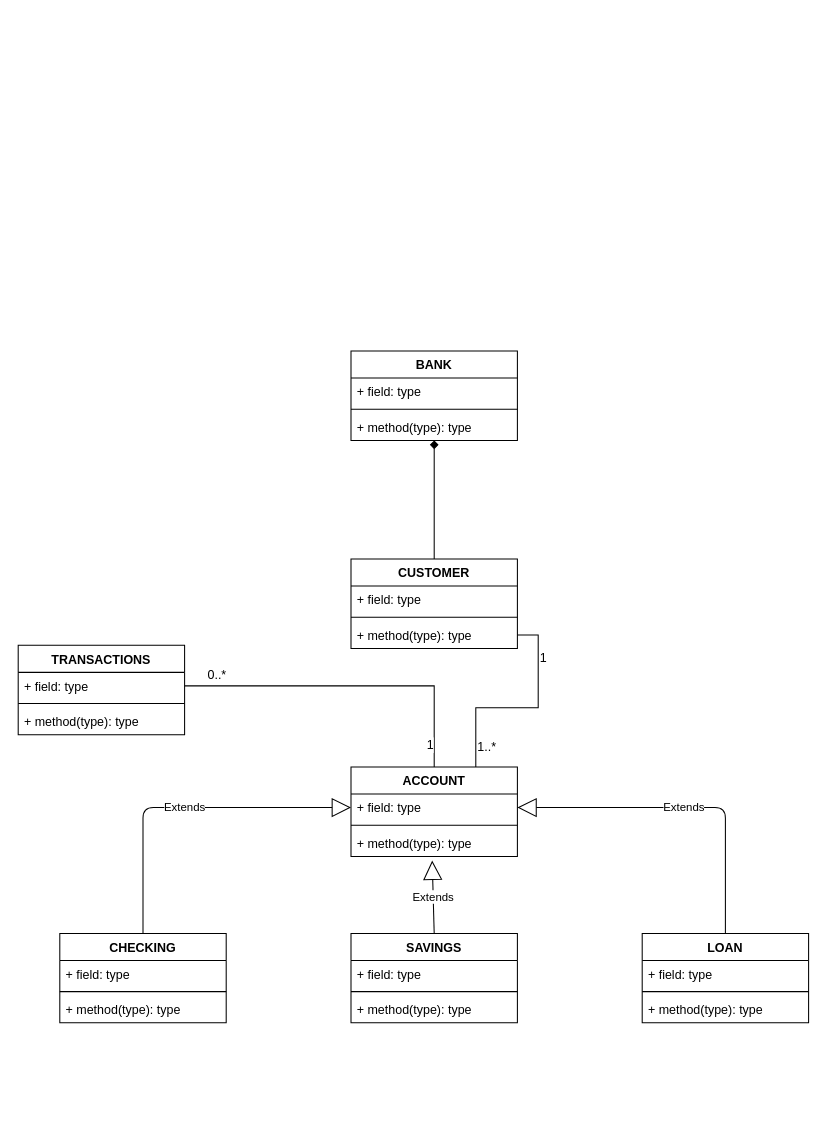
Earlier version of the draw.io diagram UML/Pet_Project_UML.drawio (Len-X/Pet_Project-Virtual_Bank). Source tidied: cells renumbered, new cells numbered last; positions are measured from the earlier drawing's top-left corner, leaving out a move shared by most shapes. Both pictures are drawn from the tidied source at 104%, with x=0, y=0 at pixel (18, 350).
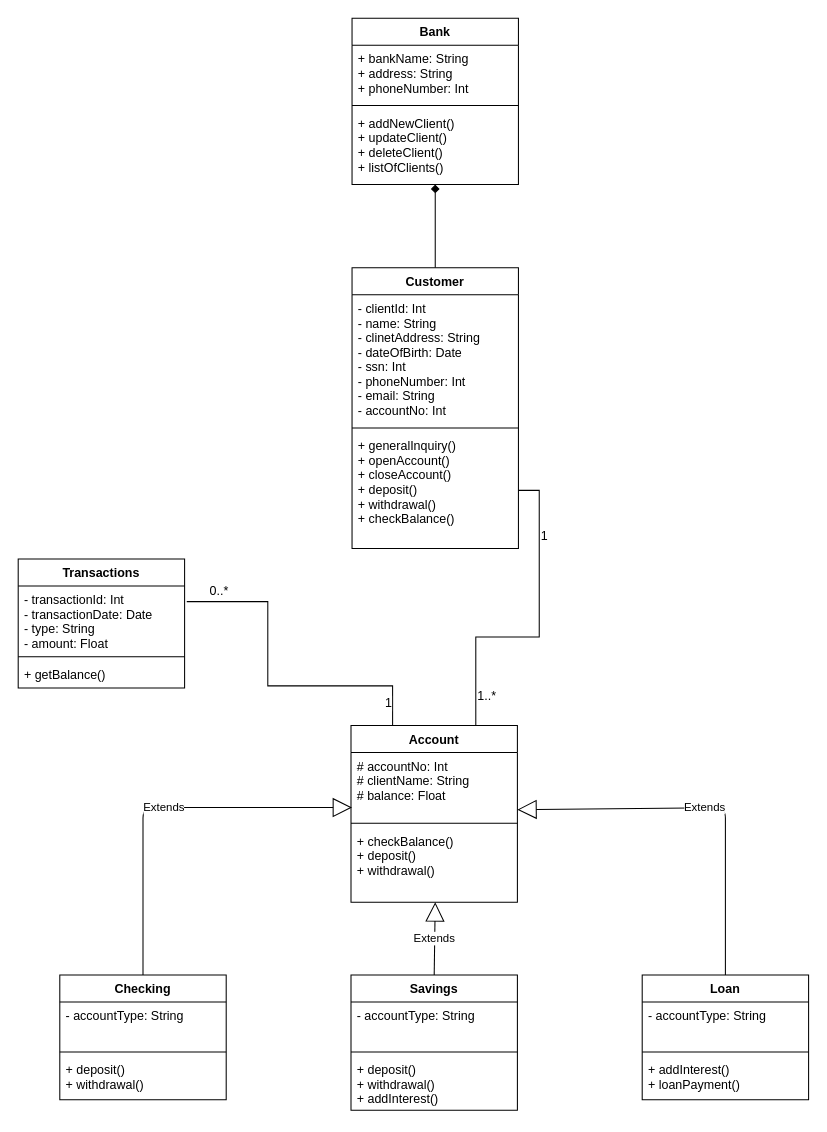
After the change.

Commit message:
First Class UML

The edit, as a diff of the source:
```diff
@@
-    <mxCell id="3" value="BANK" style="swimlane;fontStyle=1;align=center;verticalAlign=top;horizontal=1;startSize=26;" parent="1" vertex="1">
-      <mxGeometry x="320" width="160" height="86" as="geometry" />
+    <mxCell id="3" value="Bank" style="swimlane;fontStyle=1;align=center;verticalAlign=top;horizontal=1;startSize=26;" parent="1" vertex="1">
+      <mxGeometry x="321" y="-320" width="160" height="160" as="geometry" />
     </mxCell>
-    <mxCell id="4" value="+ field: type" style="text;strokeColor=none;fillColor=none;align=left;verticalAlign=top;spacingLeft=4;spacingRight=4;overflow=hidden;" parent="3" vertex="1">
-      <mxGeometry y="26" width="160" height="26" as="geometry" />
+    <mxCell id="4" value="+ bankName: String&#10;+ address: String&#10;+ phoneNumber: Int&#10;" style="text;strokeColor=none;fillColor=none;align=left;verticalAlign=top;spacingLeft=4;spacingRight=4;overflow=hidden;" parent="3" vertex="1">
+      <mxGeometry y="26" width="160" height="54" as="geometry" />
     </mxCell>
     <mxCell id="5" style="line;strokeWidth=1;fillColor=none;align=left;verticalAlign=middle;spacingTop=-1;spacingLeft=3;spacingRight=3;labelPosition=right;" parent="3" vertex="1">
-      <mxGeometry y="52" width="160" height="8" as="geometry" />
+      <mxGeometry y="80" width="160" height="8" as="geometry" />
     </mxCell>
-    <mxCell id="6" value="+ method(type): type" style="text;strokeColor=none;fillColor=none;align=left;verticalAlign=top;spacingLeft=4;spacingRight=4;overflow=hidden;" parent="3" vertex="1">
-      <mxGeometry y="60" width="160" height="26" as="geometry" />
+    <mxCell id="6" value="+ addNewClient()&#10;+ updateClient()&#10;+ deleteClient()&#10;+ listOfClients()" style="text;strokeColor=none;fillColor=none;align=left;verticalAlign=top;spacingLeft=4;spacingRight=4;overflow=hidden;" parent="3" vertex="1">
+      <mxGeometry y="88" width="160" height="72" as="geometry" />
     </mxCell>
-    <mxCell id="7" value="CUSTOMER" style="swimlane;fontStyle=1;align=center;verticalAlign=top;horizontal=1;startSize=26;" parent="1" vertex="1">
-      <mxGeometry x="320" y="200" width="160" height="86" as="geometry" />
+    <mxCell id="7" value="Customer" style="swimlane;fontStyle=1;align=center;verticalAlign=top;horizontal=1;startSize=26;" parent="1" vertex="1">
+      <mxGeometry x="321" y="-80" width="160" height="270" as="geometry" />
     </mxCell>
-    <mxCell id="8" value="+ field: type" style="text;strokeColor=none;fillColor=none;align=left;verticalAlign=top;spacingLeft=4;spacingRight=4;overflow=hidden;" parent="7" vertex="1">
-      <mxGeometry y="26" width="160" height="26" as="geometry" />
+    <mxCell id="8" value="- clientId: Int&#10;- name: String&#10;- clinetAddress: String&#10;- dateOfBirth: Date&#10;- ssn: Int&#10;- phoneNumber: Int&#10;- email: String&#10;- accountNo: Int" style="text;strokeColor=none;fillColor=none;align=left;verticalAlign=top;spacingLeft=4;spacingRight=4;overflow=hidden;" parent="7" vertex="1">
+      <mxGeometry y="26" width="160" height="124" as="geometry" />
     </mxCell>
     <mxCell id="9" style="line;strokeWidth=1;fillColor=none;align=left;verticalAlign=middle;spacingTop=-1;spacingLeft=3;spacingRight=3;labelPosition=right;" parent="7" vertex="1">
-      <mxGeometry y="52" width="160" height="8" as="geometry" />
+      <mxGeometry y="150" width="160" height="8" as="geometry" />
     </mxCell>
-    <mxCell id="10" value="+ method(type): type" style="text;strokeColor=none;fillColor=none;align=left;verticalAlign=top;spacingLeft=4;spacingRight=4;overflow=hidden;points=[[0,0.5],[1,0.5]];portConstraint=eastwest;" parent="7" vertex="1">
-      <mxGeometry y="60" width="160" height="26" as="geometry" />
+    <mxCell id="10" value="+ generalInquiry()&#10;+ openAccount()&#10;+ closeAccount()&#10;+ deposit()&#10;+ withdrawal()&#10;+ checkBalance()" style="text;strokeColor=none;fillColor=none;align=left;verticalAlign=top;spacingLeft=4;spacingRight=4;overflow=hidden;points=[[0,0.5],[1,0.5]];portConstraint=eastwest;" parent="7" vertex="1">
+      <mxGeometry y="158" width="160" height="112" as="geometry" />
     </mxCell>
-    <mxCell id="11" value="ACCOUNT" style="swimlane;fontStyle=1;align=center;verticalAlign=top;horizontal=1;startSize=26;" parent="1" vertex="1">
-      <mxGeometry x="320" y="400" width="160" height="86" as="geometry" />
+    <mxCell id="11" value="Account" style="swimlane;fontStyle=1;align=center;verticalAlign=top;horizontal=1;startSize=26;" parent="1" vertex="1">
+      <mxGeometry x="320" y="360" width="160" height="170" as="geometry" />
     </mxCell>
-    <mxCell id="12" value="+ field: type" style="text;strokeColor=none;fillColor=none;align=left;verticalAlign=top;spacingLeft=4;spacingRight=4;overflow=hidden;points=[[0,0.5],[1,0.5]];portConstraint=eastwest;" parent="11" vertex="1">
-      <mxGeometry y="26" width="160" height="26" as="geometry" />
+    <mxCell id="12" value="# accountNo: Int&#10;# clientName: String&#10;# balance: Float&#10;" style="text;strokeColor=none;fillColor=none;align=left;verticalAlign=top;spacingLeft=4;spacingRight=4;overflow=hidden;points=[[0,0.5],[1,0.5]];portConstraint=eastwest;" parent="11" vertex="1">
+      <mxGeometry y="26" width="160" height="64" as="geometry" />
     </mxCell>
     <mxCell id="13" style="line;strokeWidth=1;fillColor=none;align=left;verticalAlign=middle;spacingTop=-1;spacingLeft=3;spacingRight=3;labelPosition=right;" parent="11" vertex="1">
-      <mxGeometry y="52" width="160" height="8" as="geometry" />
+      <mxGeometry y="90" width="160" height="8" as="geometry" />
     </mxCell>
-    <mxCell id="14" value="+ method(type): type" style="text;strokeColor=none;fillColor=none;align=left;verticalAlign=top;spacingLeft=4;spacingRight=4;overflow=hidden;points=[[0,0.5],[1,0.5]];portConstraint=eastwest;" parent="11" vertex="1">
-      <mxGeometry y="60" width="160" height="26" as="geometry" />
+    <mxCell id="14" value="+ checkBalance()&#10;+ deposit()&#10;+ withdrawal()" style="text;strokeColor=none;fillColor=none;align=left;verticalAlign=top;spacingLeft=4;spacingRight=4;overflow=hidden;points=[[0,0.5],[1,0.5]];portConstraint=eastwest;" parent="11" vertex="1">
+      <mxGeometry y="98" width="160" height="72" as="geometry" />
     </mxCell>
-    <mxCell id="15" value="CHECKING" style="swimlane;fontStyle=1;align=center;verticalAlign=top;horizontal=1;startSize=26;" parent="1" vertex="1">
-      <mxGeometry x="40" y="560" width="160" height="86" as="geometry" />
+    <mxCell id="15" value="Checking" style="swimlane;fontStyle=1;align=center;verticalAlign=top;horizontal=1;startSize=26;" parent="1" vertex="1">
+      <mxGeometry x="40" y="600" width="160" height="120" as="geometry" />
     </mxCell>
-    <mxCell id="16" value="+ field: type" style="text;strokeColor=none;fillColor=none;align=left;verticalAlign=top;spacingLeft=4;spacingRight=4;overflow=hidden;" parent="15" vertex="1">
-      <mxGeometry y="26" width="160" height="26" as="geometry" />
+    <mxCell id="16" value="- accountType: String" style="text;strokeColor=none;fillColor=none;align=left;verticalAlign=top;spacingLeft=4;spacingRight=4;overflow=hidden;" parent="15" vertex="1">
+      <mxGeometry y="26" width="160" height="44" as="geometry" />
     </mxCell>
     <mxCell id="17" style="line;strokeWidth=1;fillColor=none;align=left;verticalAlign=middle;spacingTop=-1;spacingLeft=3;spacingRight=3;labelPosition=right;" parent="15" vertex="1">
-      <mxGeometry y="52" width="160" height="8" as="geometry" />
+      <mxGeometry y="70" width="160" height="8" as="geometry" />
     </mxCell>
-    <mxCell id="18" value="+ method(type): type" style="text;strokeColor=none;fillColor=none;align=left;verticalAlign=top;spacingLeft=4;spacingRight=4;overflow=hidden;" parent="15" vertex="1">
-      <mxGeometry y="60" width="160" height="26" as="geometry" />
+    <mxCell id="18" value="+ deposit()&#10;+ withdrawal()" style="text;strokeColor=none;fillColor=none;align=left;verticalAlign=top;spacingLeft=4;spacingRight=4;overflow=hidden;" parent="15" vertex="1">
+      <mxGeometry y="78" width="160" height="42" as="geometry" />
     </mxCell>
-    <mxCell id="19" value="TRANSACTIONS" style="swimlane;fontStyle=1;align=center;verticalAlign=top;horizontal=1;startSize=26;" parent="1" vertex="1">
-      <mxGeometry y="283" width="160" height="86" as="geometry" />
+    <mxCell id="19" value="Transactions" style="swimlane;fontStyle=1;align=center;verticalAlign=top;horizontal=1;startSize=26;" parent="1" vertex="1">
+      <mxGeometry y="200" width="160" height="124" as="geometry" />
     </mxCell>
-    <mxCell id="20" value="+ field: type" style="text;strokeColor=none;fillColor=none;align=left;verticalAlign=top;spacingLeft=4;spacingRight=4;overflow=hidden;points=[[0,0.5],[1,0.5]];portConstraint=eastwest;" parent="19" vertex="1">
-      <mxGeometry y="26" width="160" height="26" as="geometry" />
+    <mxCell id="20" value="- transactionId: Int&#10;- transactionDate: Date&#10;- type: String&#10;- amount: Float" style="text;strokeColor=none;fillColor=none;align=left;verticalAlign=top;spacingLeft=4;spacingRight=4;overflow=hidden;points=[[0,0.5],[1,0.5]];portConstraint=eastwest;" parent="19" vertex="1">
+      <mxGeometry y="26" width="160" height="64" as="geometry" />
     </mxCell>
     <mxCell id="21" style="line;strokeWidth=1;fillColor=none;align=left;verticalAlign=middle;spacingTop=-1;spacingLeft=3;spacingRight=3;labelPosition=right;" parent="19" vertex="1">
-      <mxGeometry y="52" width="160" height="8" as="geometry" />
+      <mxGeometry y="90" width="160" height="8" as="geometry" />
     </mxCell>
-    <mxCell id="22" value="+ method(type): type" style="text;strokeColor=none;fillColor=none;align=left;verticalAlign=top;spacingLeft=4;spacingRight=4;overflow=hidden;" parent="19" vertex="1">
-      <mxGeometry y="60" width="160" height="26" as="geometry" />
+    <mxCell id="22" value="+ getBalance()" style="text;strokeColor=none;fillColor=none;align=left;verticalAlign=top;spacingLeft=4;spacingRight=4;overflow=hidden;" parent="19" vertex="1">
+      <mxGeometry y="98" width="160" height="26" as="geometry" />
     </mxCell>
-    <mxCell id="23" value="SAVINGS" style="swimlane;fontStyle=1;align=center;verticalAlign=top;horizontal=1;startSize=26;" parent="1" vertex="1">
-      <mxGeometry x="320" y="560" width="160" height="86" as="geometry" />
+    <mxCell id="23" value="Savings" style="swimlane;fontStyle=1;align=center;verticalAlign=top;horizontal=1;startSize=26;" parent="1" vertex="1">
+      <mxGeometry x="320" y="600" width="160" height="130" as="geometry" />
     </mxCell>
-    <mxCell id="24" value="+ field: type" style="text;strokeColor=none;fillColor=none;align=left;verticalAlign=top;spacingLeft=4;spacingRight=4;overflow=hidden;" parent="23" vertex="1">
-      <mxGeometry y="26" width="160" height="26" as="geometry" />
-    </mxCell>
+    <mxCell id="40" value="- accountType: String" style="text;strokeColor=none;fillColor=none;align=left;verticalAlign=top;spacingLeft=4;spacingRight=4;overflow=hidden;" parent="23" vertex="1">
+      <mxGeometry y="26" width="160" height="44" as="geometry" />
+    </mxCell>
     <mxCell id="25" style="line;strokeWidth=1;fillColor=none;align=left;verticalAlign=middle;spacingTop=-1;spacingLeft=3;spacingRight=3;labelPosition=right;" parent="23" vertex="1">
-      <mxGeometry y="52" width="160" height="8" as="geometry" />
+      <mxGeometry y="70" width="160" height="8" as="geometry" />
     </mxCell>
-    <mxCell id="26" value="+ method(type): type" style="text;strokeColor=none;fillColor=none;align=left;verticalAlign=top;spacingLeft=4;spacingRight=4;overflow=hidden;" parent="23" vertex="1">
-      <mxGeometry y="60" width="160" height="26" as="geometry" />
+    <mxCell id="26" value="+ deposit()&#10;+ withdrawal()&#10;+ addInterest()" style="text;strokeColor=none;fillColor=none;align=left;verticalAlign=top;spacingLeft=4;spacingRight=4;overflow=hidden;" parent="23" vertex="1">
+      <mxGeometry y="78" width="160" height="52" as="geometry" />
     </mxCell>
-    <mxCell id="27" value="LOAN" style="swimlane;fontStyle=1;align=center;verticalAlign=top;horizontal=1;startSize=26;" parent="1" vertex="1">
-      <mxGeometry x="600" y="560" width="160" height="86" as="geometry" />
+    <mxCell id="27" value="Loan" style="swimlane;fontStyle=1;align=center;verticalAlign=top;horizontal=1;startSize=26;" parent="1" vertex="1">
+      <mxGeometry x="600" y="600" width="160" height="120" as="geometry" />
     </mxCell>
-    <mxCell id="28" value="+ field: type" style="text;strokeColor=none;fillColor=none;align=left;verticalAlign=top;spacingLeft=4;spacingRight=4;overflow=hidden;" parent="27" vertex="1">
-      <mxGeometry y="26" width="160" height="26" as="geometry" />
+    <mxCell id="28" value="- accountType: String" style="text;strokeColor=none;fillColor=none;align=left;verticalAlign=top;spacingLeft=4;spacingRight=4;overflow=hidden;" parent="27" vertex="1">
+      <mxGeometry y="26" width="160" height="44" as="geometry" />
     </mxCell>
     <mxCell id="29" style="line;strokeWidth=1;fillColor=none;align=left;verticalAlign=middle;spacingTop=-1;spacingLeft=3;spacingRight=3;labelPosition=right;" parent="27" vertex="1">
-      <mxGeometry y="52" width="160" height="8" as="geometry" />
+      <mxGeometry y="70" width="160" height="8" as="geometry" />
     </mxCell>
-    <mxCell id="30" value="+ method(type): type" style="text;strokeColor=none;fillColor=none;align=left;verticalAlign=top;spacingLeft=4;spacingRight=4;overflow=hidden;" parent="27" vertex="1">
-      <mxGeometry y="60" width="160" height="26" as="geometry" />
+    <mxCell id="30" value="+ addInterest()&#10;+ loanPayment()" style="text;strokeColor=none;fillColor=none;align=left;verticalAlign=top;spacingLeft=4;spacingRight=4;overflow=hidden;" parent="27" vertex="1">
+      <mxGeometry y="78" width="160" height="42" as="geometry" />
     </mxCell>
-    <mxCell id="31" value="Extends" style="endArrow=block;endSize=16;endFill=0;html=1;exitX=0.5;exitY=0;exitDx=0;exitDy=0;entryX=0;entryY=0.5;entryDx=0;entryDy=0;" parent="1" edge="1" source="15" target="12">
+    <mxCell id="31" value="Extends" style="endArrow=block;endSize=16;endFill=0;html=1;exitX=0.5;exitY=0;exitDx=0;exitDy=0;entryX=0.006;entryY=0.828;entryDx=0;entryDy=0;entryPerimeter=0;" parent="1" edge="1" source="15" target="12">
       <mxGeometry relative="1" as="geometry">
         <Array as="points">
           <mxPoint x="120" y="439" />
         </Array>
       </mxGeometry>
     </mxCell>
-    <mxCell id="32" value="Extends" style="endArrow=block;endSize=16;endFill=0;html=1;exitX=0.5;exitY=0;exitDx=0;exitDy=0;entryX=0.488;entryY=1.154;entryDx=0;entryDy=0;entryPerimeter=0;" parent="1" edge="1" source="23" target="14">
-      <mxGeometry relative="1" as="geometry" />
+    <mxCell id="32" value="Extends" style="endArrow=block;endSize=16;endFill=0;html=1;exitX=0.5;exitY=0;exitDx=0;exitDy=0;" parent="1" edge="1" source="23">
+      <mxGeometry relative="1" as="geometry">
+        <mxPoint x="401" y="530" as="targetPoint" />
+      </mxGeometry>
     </mxCell>
-    <mxCell id="33" value="Extends" style="endArrow=block;endSize=16;endFill=0;html=1;exitX=0.5;exitY=0;exitDx=0;exitDy=0;entryX=1;entryY=0.5;entryDx=0;entryDy=0;" parent="1" edge="1" source="27" target="12">
+    <mxCell id="33" value="Extends" style="endArrow=block;endSize=16;endFill=0;html=1;exitX=0.5;exitY=0;exitDx=0;exitDy=0;" parent="1" edge="1" source="27">
       <mxGeometry relative="1" as="geometry">
+        <mxPoint x="480" y="441" as="targetPoint" />
         <Array as="points">
           <mxPoint x="680" y="439" />
         </Array>
       </mxGeometry>
     </mxCell>
-    <mxCell id="34" style="edgeStyle=orthogonalEdgeStyle;rounded=0;jettySize=auto;html=1;exitX=1;exitY=0.5;exitDx=0;exitDy=0;entryX=0.5;entryY=0;entryDx=0;entryDy=0;endArrow=none;endFill=0;" parent="1" edge="1" source="20" target="11">
-      <mxGeometry relative="1" as="geometry" />
+    <mxCell id="34" style="edgeStyle=orthogonalEdgeStyle;rounded=0;jettySize=auto;html=1;entryX=0.25;entryY=0;entryDx=0;entryDy=0;endArrow=none;endFill=0;exitX=1.013;exitY=0.234;exitDx=0;exitDy=0;exitPerimeter=0;" parent="1" edge="1" source="20" target="11">
+      <mxGeometry relative="1" as="geometry">
+        <Array as="points">
+          <mxPoint x="240" y="241" />
+          <mxPoint x="240" y="322" />
+          <mxPoint x="360" y="322" />
+        </Array>
+      </mxGeometry>
     </mxCell>
```
